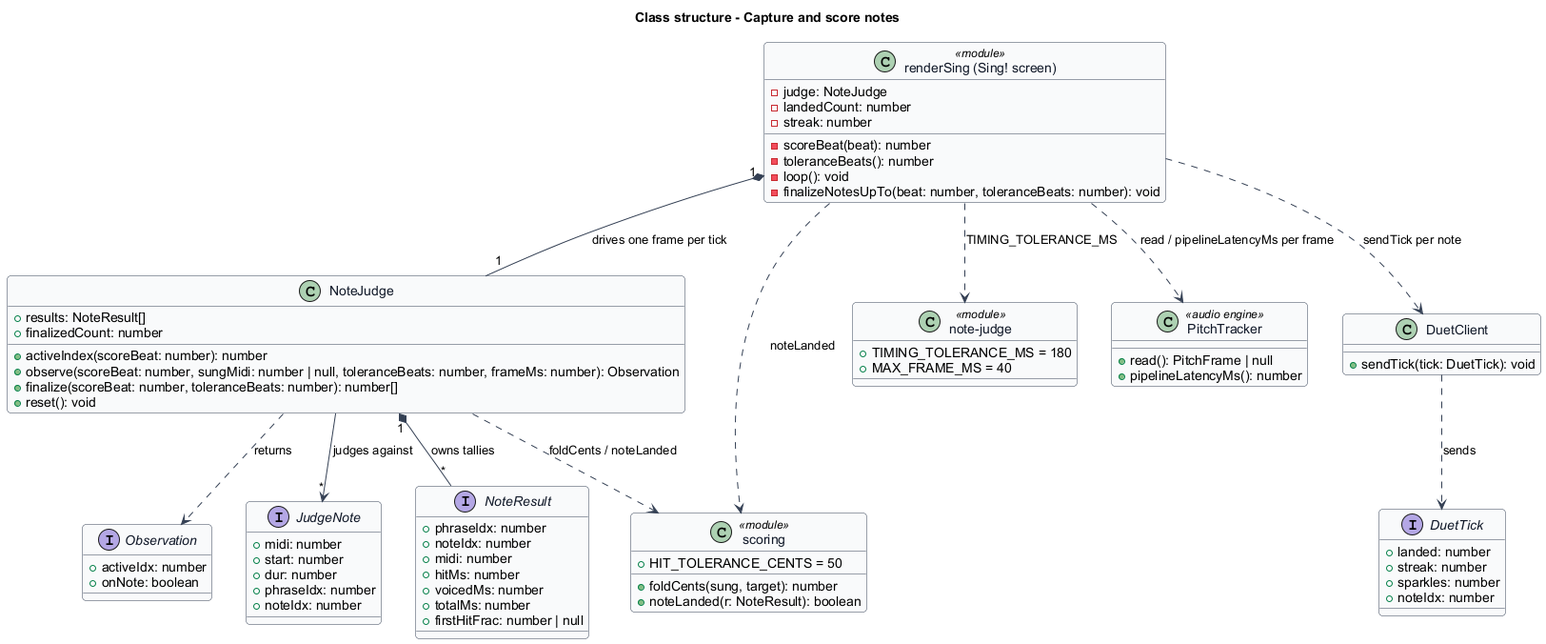
Before: docs/detailed-designs/singing-gameplay/capture-and-score-notes/diagrams/class-structure.png, a diagram exported from PlantUML (QuinntyneBrown/TwinkleTune).
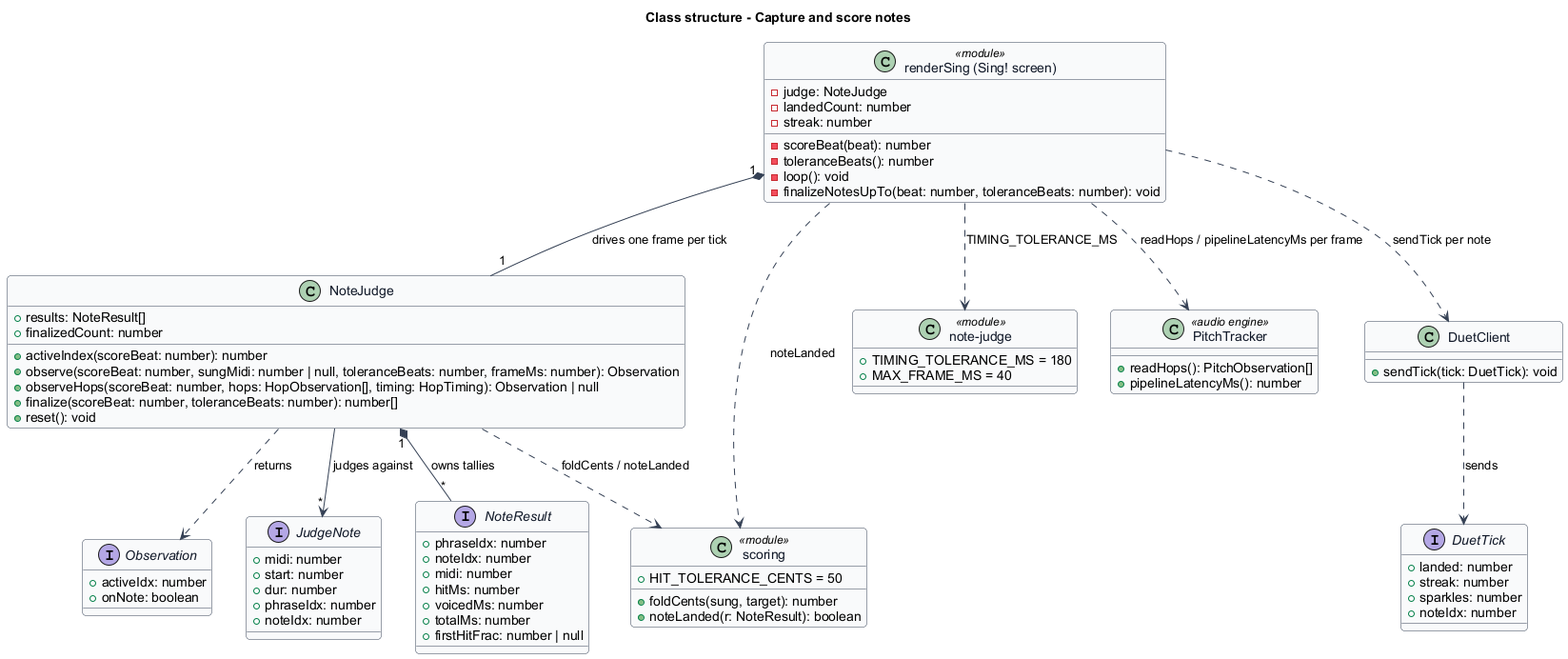
After the change.

What changed in the source:
```diff
@@ -26,6 +26,7 @@
   +finalizedCount: number
   +activeIndex(scoreBeat: number): number
   +observe(scoreBeat: number, sungMidi: number | null, toleranceBeats: number, frameMs: number): Observation
+  +observeHops(scoreBeat: number, hops: HopObservation[], timing: HopTiming): Observation | null
   +finalize(scoreBeat: number, toleranceBeats: number): number[]
   +reset(): void
 }
@@ -65,7 +66,7 @@
 }
 
 class PitchTracker <<audio engine>> {
-  +read(): PitchFrame | null
+  +readHops(): PitchObservation[]
   +pipelineLatencyMs(): number
 }
 
@@ -87,7 +88,7 @@
 NoteJudge ..> Scoring : foldCents / noteLanded
 Sing ..> JudgeMod : TIMING_TOLERANCE_MS
 Sing ..> Scoring : noteLanded
-Sing ..> PitchTracker : read / pipelineLatencyMs per frame
+Sing ..> PitchTracker : readHops / pipelineLatencyMs per frame
 Sing ..> DuetClient : sendTick per note
 DuetClient ..> DuetTick : sends
 @enduml
```
